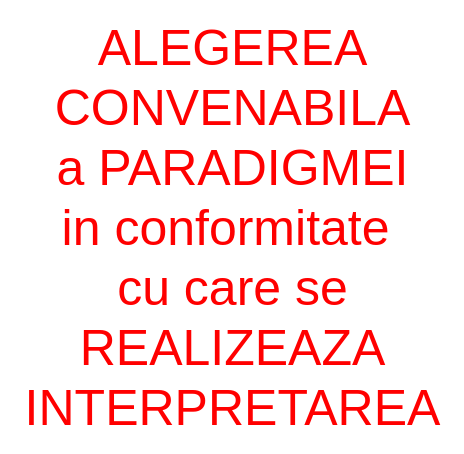
sheeperoni/Diagrams keeps this draw.io diagram as 0BD9EBCB-58F6-4164-A217-25ECB2907354_1_201_a.drawio. Above is the earlier version. Source tidied: cells renumbered, new cells numbered last; positions are measured from the earlier drawing's top-left corner, leaving out a move shared by most shapes. Both pictures are drawn from the tidied source at 100%, with x=0, y=0 at pixel (17, 127).
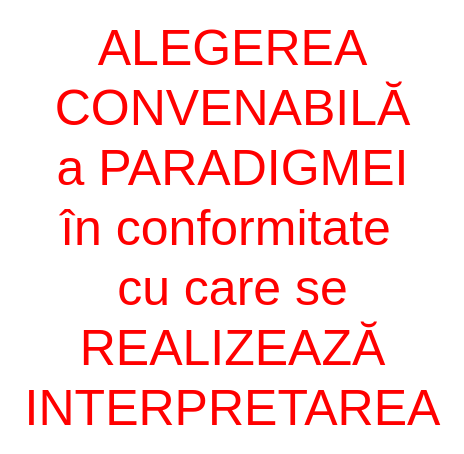
Above is the later version.

The edit, as a diff of the source:
```diff
@@
 <mxGraphModel>
   <root>
     <mxCell id="0" />
     <mxCell id="1" parent="0" />
-    <mxCell id="2" value="&lt;font style=&quot;font-size: 50px&quot; color=&quot;#ff0000&quot;&gt;ALEGEREA&lt;br&gt;CONVENABILA&lt;br&gt;a PARADIGMEI&lt;br&gt;in conformitate&amp;nbsp;&lt;br&gt;cu care se &lt;br&gt;REALIZEAZA &lt;br&gt;INTERPRETAREA&lt;br&gt;&lt;/font&gt;" style="text;html=1;align=center;verticalAlign=middle;strokeColor=none;fillColor=none;" parent="1" vertex="1">
+    <mxCell id="2" value="&lt;font style=&quot;font-size: 50px&quot; color=&quot;#ff0000&quot;&gt;ALEGEREA&lt;br&gt;CONVENABILĂ&lt;br&gt;a PARADIGMEI&lt;br&gt;în conformitate&amp;nbsp;&lt;br&gt;cu care se &lt;br&gt;REALIZEAZĂ&lt;br&gt;INTERPRETAREA&lt;br&gt;&lt;/font&gt;" style="text;html=1;align=center;verticalAlign=middle;strokeColor=none;fillColor=none;" parent="1" vertex="1">
       <mxGeometry width="430" height="200" as="geometry" />
     </mxCell>
   </root>
 </mxGraphModel>
```
